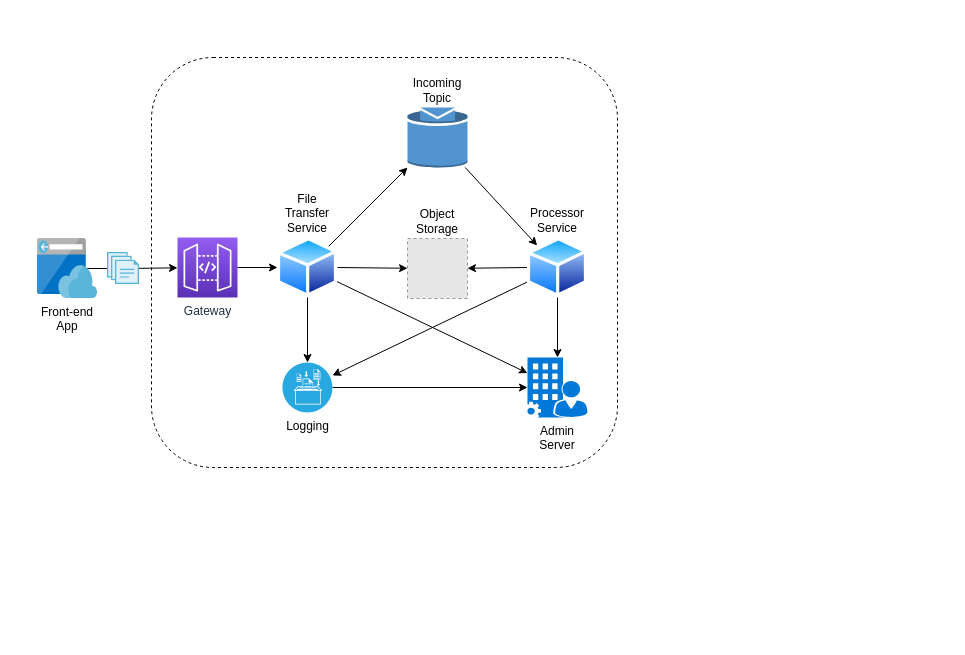
The draw.io diagram docs/filio-architecture.drawio in jonatascbarroso/filio, before the edit. Source tidied: cells renumbered, new cells numbered last; positions are measured from the earlier drawing's top-left corner, leaving out a move shared by most shapes. Both pictures are drawn from the tidied source at 100%, with x=0, y=0 at pixel (37, 57). Pictures stored in the file or linked from it are replaced by grey dashed boxes.
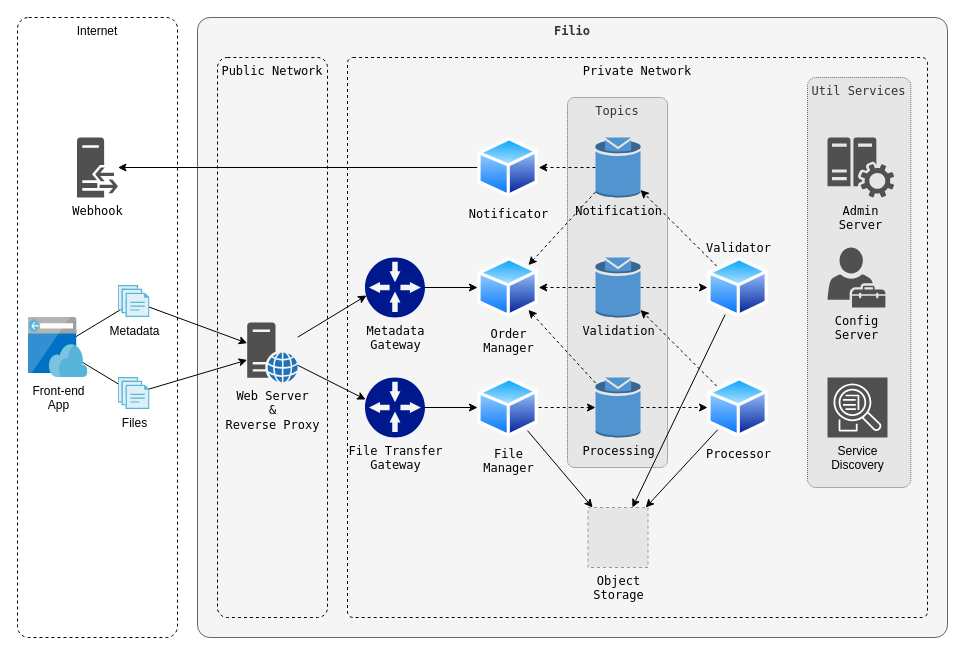
The same diagram, later.

Diff of the diagram source:
```diff
@@
-    <mxCell id="2" style="rounded=1;whiteSpace=wrap;html=1;dashed=1;" parent="1" vertex="1">
-      <mxGeometry x="114" width="466" height="410" as="geometry" />
-    </mxCell>
+    <mxCell id="24" value="Filio" style="rounded=1;whiteSpace=wrap;html=1;labelBackgroundColor=none;align=center;verticalAlign=top;glass=0;shadow=0;comic=0;fontFamily=Lucida Console;labelPosition=center;verticalLabelPosition=middle;fillColor=#f5f5f5;arcSize=2;strokeColor=#666666;fontColor=#333333;fontStyle=1;" parent="1" vertex="1">
+      <mxGeometry x="160" y="-40" width="750" height="620" as="geometry" />
+    </mxCell>
+    <mxCell id="25" value="Private Network" style="rounded=1;whiteSpace=wrap;html=1;labelBackgroundColor=none;align=center;verticalAlign=top;dashed=1;glass=0;shadow=0;comic=0;fontFamily=Lucida Console;labelPosition=center;verticalLabelPosition=middle;fillColor=none;arcSize=1;" parent="1" vertex="1">
+      <mxGeometry x="310" width="580" height="560" as="geometry" />
+    </mxCell>
+    <mxCell id="26" value="Util Services" style="rounded=1;whiteSpace=wrap;html=1;labelBackgroundColor=none;align=center;verticalAlign=top;dashed=1;glass=0;shadow=0;comic=0;fontFamily=Lucida Console;labelPosition=center;verticalLabelPosition=middle;fillColor=#E6E6E6;arcSize=8;dashPattern=1 1;strokeColor=#666666;fontColor=#333333;" parent="1" vertex="1">
+      <mxGeometry x="770" y="20" width="103.3" height="410" as="geometry" />
+    </mxCell>
+    <mxCell id="27" value="Topics" style="rounded=1;whiteSpace=wrap;html=1;labelBackgroundColor=none;align=center;verticalAlign=top;dashed=1;glass=0;shadow=0;comic=0;fontFamily=Lucida Console;labelPosition=center;verticalLabelPosition=middle;fillColor=#E6E6E6;arcSize=7;dashPattern=1 1;strokeColor=#666666;fontColor=#333333;" parent="1" vertex="1">
+      <mxGeometry x="530" y="40" width="100" height="370" as="geometry" />
+    </mxCell>
+    <mxCell id="28" value="Public Network" style="rounded=1;whiteSpace=wrap;html=1;labelBackgroundColor=none;align=center;verticalAlign=top;dashed=1;glass=0;shadow=0;comic=0;fontFamily=Lucida Console;labelPosition=center;verticalLabelPosition=middle;fillColor=none;arcSize=9;" parent="1" vertex="1">
+      <mxGeometry x="180" width="110" height="560" as="geometry" />
+    </mxCell>
+    <mxCell id="29" value="&lt;div&gt;&lt;font face=&quot;Helvetica&quot;&gt;Internet&lt;/font&gt;&lt;/div&gt;" style="rounded=1;whiteSpace=wrap;html=1;labelBackgroundColor=none;align=center;verticalAlign=top;dashed=1;glass=0;shadow=0;comic=0;fontFamily=Lucida Console;labelPosition=center;verticalLabelPosition=middle;arcSize=7;" parent="1" vertex="1">
+      <mxGeometry x="-20" y="-40" width="160" height="620" as="geometry" />
+    </mxCell>
@@
+    <mxCell id="30" style="rounded=0;jettySize=auto;html=1;" parent="1" edge="1" source="4" target="32">
+      <mxGeometry relative="1" as="geometry" />
+    </mxCell>
-    <mxCell id="4" value="Front-end App" style="html=1;perimeter=none;align=center;shadow=0;dashed=0;image;fontSize=12;image=img/lib/mscae/App_Service_Frontend.svg;whiteSpace=wrap;" parent="1" vertex="1">
-      <mxGeometry y="181" width="60" height="60" as="geometry" />
+    <mxCell id="4" value="&lt;div&gt;Front-end&lt;/div&gt;&lt;div&gt;App&lt;/div&gt;" style="html=1;perimeter=none;align=center;shadow=0;dashed=0;image;fontSize=12;image=img/lib/mscae/App_Service_Frontend.svg;labelBackgroundColor=none;" parent="1" vertex="1">
+      <mxGeometry x="-9.5" y="260" width="60" height="60" as="geometry" />
     </mxCell>
-    <mxCell id="5" style="rounded=0;jettySize=auto;html=1;" parent="1" edge="1" source="6" target="8">
+    <mxCell id="5" style="rounded=0;jettySize=auto;html=1;" parent="1" edge="1" source="6" target="62">
       <mxGeometry relative="1" as="geometry" />
     </mxCell>
-    <mxCell id="6" style="html=1;perimeter=none;align=center;shadow=0;dashed=0;image;fontSize=12;image=img/lib/mscae/Files.svg;" parent="1" vertex="1">
-      <mxGeometry x="70" y="195" width="32" height="32" as="geometry" />
+    <mxCell id="6" value="&lt;div&gt;Files&lt;/div&gt;" style="html=1;perimeter=none;align=center;shadow=0;dashed=0;image;fontSize=12;image=img/lib/mscae/Files.svg;labelBackgroundColor=none;" parent="1" vertex="1">
+      <mxGeometry x="80.5" y="320" width="32" height="32" as="geometry" />
     </mxCell>
-    <mxCell id="7" style="rounded=0;jettySize=auto;html=1;" parent="1" edge="1" source="8" target="14">
-      <mxGeometry relative="1" as="geometry" />
-    </mxCell>
-    <mxCell id="8" value="Gateway" style="outlineConnect=0;fontColor=#232F3E;gradientColor=#945DF2;gradientDirection=north;fillColor=#5A30B5;strokeColor=#ffffff;dashed=0;verticalLabelPosition=bottom;verticalAlign=top;align=center;html=1;fontSize=12;fontStyle=0;shape=mxgraph.aws4.resourceIcon;resIcon=mxgraph.aws4.api_gateway;" parent="1" vertex="1">
-      <mxGeometry x="140" y="180" width="60" height="60" as="geometry" />
-    </mxCell>
-    <mxCell id="9" style="edgeStyle=none;rounded=0;jettySize=auto;html=1;" parent="1" edge="1" source="14" target="15">
-      <mxGeometry relative="1" as="geometry" />
-    </mxCell>
-    <mxCell id="10" style="edgeStyle=none;rounded=0;jettySize=auto;html=1;" parent="1" edge="1" source="14" target="21">
-      <mxGeometry relative="1" as="geometry" />
-    </mxCell>
-    <mxCell id="11" style="edgeStyle=none;rounded=0;jettySize=auto;html=1;" parent="1" edge="1" source="23" target="22">
-      <mxGeometry relative="1" as="geometry" />
-    </mxCell>
-    <mxCell id="12" style="edgeStyle=none;rounded=0;jettySize=auto;html=1;" parent="1" edge="1" source="14" target="22">
-      <mxGeometry relative="1" as="geometry" />
-    </mxCell>
-    <mxCell id="13" style="edgeStyle=none;rounded=0;jettySize=auto;html=1;" parent="1" edge="1" source="14" target="23">
-      <mxGeometry relative="1" as="geometry" />
-    </mxCell>
-    <mxCell id="14" value="File Transfer Service" style="perimeter=ellipsePerimeter;html=1;align=center;shadow=0;dashed=0;spacingTop=3;image;image=img/lib/active_directory/generic_node.svg;labelPosition=center;verticalLabelPosition=top;verticalAlign=bottom;whiteSpace=wrap;" parent="1" vertex="1">
-      <mxGeometry x="240" y="180" width="60" height="60" as="geometry" />
-    </mxCell>
+    <mxCell id="31" style="edgeStyle=none;rounded=0;jettySize=auto;html=1;" parent="1" edge="1" source="32" target="62">
+      <mxGeometry relative="1" as="geometry" />
+    </mxCell>
+    <mxCell id="32" value="Metadata" style="html=1;perimeter=none;align=center;shadow=0;dashed=0;image;fontSize=12;image=img/lib/mscae/Files.svg;labelBackgroundColor=none;" parent="1" vertex="1">
+      <mxGeometry x="80.5" y="228" width="32" height="32" as="geometry" />
+    </mxCell>
+    <mxCell id="33" style="edgeStyle=none;rounded=0;jettySize=auto;html=1;fontFamily=Lucida Console;entryX=0.025;entryY=0.633;entryDx=0;entryDy=0;entryPerimeter=0;" parent="1" edge="1" source="62" target="36">
+      <mxGeometry relative="1" as="geometry" />
+    </mxCell>
+    <mxCell id="34" style="edgeStyle=none;rounded=0;jettySize=auto;html=1;fontFamily=Lucida Console;entryX=0.011;entryY=0.367;entryDx=0;entryDy=0;entryPerimeter=0;" parent="1" edge="1" source="62" target="37">
+      <mxGeometry relative="1" as="geometry" />
+    </mxCell>
+    <mxCell id="35" style="edgeStyle=none;rounded=0;jettySize=auto;html=1;labelBackgroundColor=none;fontFamily=Lucida Console;fontColor=#000000;" parent="1" edge="1" source="36" target="45">
+      <mxGeometry relative="1" as="geometry" />
+    </mxCell>
+    <mxCell id="36" value="&lt;div&gt;Metadata&lt;/div&gt;&lt;div&gt;Gateway&lt;/div&gt;" style="shadow=0;dashed=0;html=1;strokeColor=none;labelPosition=center;verticalLabelPosition=bottom;verticalAlign=top;align=center;fillColor=#00188D;shape=mxgraph.mscae.enterprise.gateway;glass=0;comic=0;labelBackgroundColor=none;fontFamily=Lucida Console;" parent="1" vertex="1">
+      <mxGeometry x="327.5" y="200" width="60" height="60" as="geometry" />
+    </mxCell>
+    <mxCell id="37" value="&lt;div&gt;File Transfer&lt;/div&gt;&lt;div&gt;Gateway&lt;br&gt;&lt;/div&gt;" style="shadow=0;dashed=0;html=1;strokeColor=none;labelPosition=center;verticalLabelPosition=bottom;verticalAlign=top;align=center;fillColor=#00188D;shape=mxgraph.mscae.enterprise.gateway;glass=0;comic=0;labelBackgroundColor=none;fontFamily=Lucida Console;" parent="1" vertex="1">
+      <mxGeometry x="327.5" y="320" width="60" height="60" as="geometry" />
+    </mxCell>
+    <mxCell id="38" style="edgeStyle=none;rounded=0;jettySize=auto;html=1;fontFamily=Lucida Console;" parent="1" edge="1" source="37" target="46">
+      <mxGeometry relative="1" as="geometry" />
+    </mxCell>
-    <mxCell id="15" value="Object Storage" style="fillColor=#E6E6E6;strokeColor=#999999;dashed=1;html=1;verticalAlign=bottom;verticalLabelPosition=top;labelBackgroundColor=#ffffff;whiteSpace=wrap;labelPosition=center;align=center;" parent="1" vertex="1">
-      <mxGeometry x="370" y="181" width="60" height="60" as="geometry" />
+    <mxCell id="15" value="&lt;div&gt;Object&lt;/div&gt;&lt;div&gt;Storage&lt;/div&gt;" style="fillColor=#E6E6E6;strokeColor=#999999;dashed=1;html=1;verticalAlign=top;verticalLabelPosition=bottom;labelBackgroundColor=none;fontFamily=Lucida Console;fontColor=#000000;align=center;" parent="1" vertex="1">
+      <mxGeometry x="550.5" y="450" width="60" height="60" as="geometry" />
     </mxCell>
-    <mxCell id="16" style="edgeStyle=none;rounded=0;jettySize=auto;html=1;" parent="1" edge="1" source="19" target="15">
-      <mxGeometry relative="1" as="geometry" />
-    </mxCell>
-    <mxCell id="17" style="edgeStyle=none;rounded=0;jettySize=auto;html=1;" parent="1" edge="1" source="19" target="23">
-      <mxGeometry relative="1" as="geometry" />
-    </mxCell>
-    <mxCell id="18" style="edgeStyle=none;rounded=0;jettySize=auto;html=1;" parent="1" edge="1" source="19" target="22">
-      <mxGeometry relative="1" as="geometry" />
-    </mxCell>
-    <mxCell id="19" value="Processor Service" style="perimeter=ellipsePerimeter;html=1;align=center;shadow=0;dashed=0;spacingTop=3;image;image=img/lib/active_directory/generic_node.svg;labelPosition=center;verticalLabelPosition=top;verticalAlign=bottom;whiteSpace=wrap;" parent="1" vertex="1">
-      <mxGeometry x="490" y="180" width="60" height="60" as="geometry" />
-    </mxCell>
-    <mxCell id="20" style="edgeStyle=none;rounded=0;jettySize=auto;html=1;" parent="1" edge="1" source="21" target="19">
-      <mxGeometry relative="1" as="geometry" />
-    </mxCell>
-    <mxCell id="21" value="Incoming Topic" style="outlineConnect=0;dashed=0;verticalLabelPosition=top;verticalAlign=bottom;align=center;html=1;shape=mxgraph.aws3.topic;fillColor=#5294CF;gradientColor=none;whiteSpace=wrap;labelPosition=center;" parent="1" vertex="1">
-      <mxGeometry x="370" y="50" width="60" height="60" as="geometry" />
-    </mxCell>
+    <mxCell id="39" style="edgeStyle=none;rounded=0;jettySize=auto;html=1;labelBackgroundColor=none;fontFamily=Lucida Console;fontColor=#000000;dashed=1;" parent="1" edge="1" source="46" target="42">
+      <mxGeometry relative="1" as="geometry" />
+    </mxCell>
+    <mxCell id="40" style="edgeStyle=none;rounded=0;jettySize=auto;html=1;dashed=1;labelBackgroundColor=none;fontFamily=Lucida Console;fontColor=#000000;" parent="1" edge="1" source="42" target="48">
+      <mxGeometry relative="1" as="geometry" />
+    </mxCell>
+    <mxCell id="41" style="rounded=0;jettySize=auto;html=1;dashed=1;labelBackgroundColor=none;fontFamily=Lucida Console;fontColor=#000000;" parent="1" edge="1" source="42" target="45">
+      <mxGeometry relative="1" as="geometry" />
+    </mxCell>
+    <mxCell id="42" value="&lt;div&gt;Processing&lt;/div&gt;" style="outlineConnect=0;dashed=0;verticalLabelPosition=bottom;verticalAlign=top;align=center;html=1;shape=mxgraph.aws3.topic;fillColor=#5294CF;gradientColor=none;shadow=0;glass=0;comic=0;labelBackgroundColor=none;strokeColor=#000000;fontFamily=Lucida Console;fontColor=#000000;labelPosition=center;" parent="1" vertex="1">
+      <mxGeometry x="558" y="320" width="45" height="60" as="geometry" />
+    </mxCell>
+    <mxCell id="43" style="edgeStyle=none;rounded=0;jettySize=auto;html=1;labelBackgroundColor=none;fontFamily=Lucida Console;fontColor=#000000;" parent="1" edge="1" source="46" target="15">
+      <mxGeometry relative="1" as="geometry" />
+    </mxCell>
+    <mxCell id="44" style="edgeStyle=none;rounded=0;jettySize=auto;html=1;labelBackgroundColor=none;fontFamily=Lucida Console;fontColor=#000000;" parent="1" edge="1" source="48" target="15">
+      <mxGeometry relative="1" as="geometry" />
+    </mxCell>
+    <mxCell id="45" value="&lt;div&gt;Order&lt;/div&gt;&lt;div&gt;Manager&lt;/div&gt;" style="perimeter=ellipsePerimeter;html=1;align=center;shadow=0;dashed=0;spacingTop=3;image;image=img/lib/active_directory/generic_node.svg;glass=0;comic=0;labelBackgroundColor=none;strokeColor=#000000;fillColor=none;gradientColor=none;fontFamily=Lucida Console;fontColor=#000000;labelPosition=center;verticalLabelPosition=bottom;verticalAlign=top;" parent="1" vertex="1">
+      <mxGeometry x="440" y="200" width="61.2" height="60" as="geometry" />
+    </mxCell>
+    <mxCell id="46" value="File&lt;div&gt;Manager&lt;/div&gt;" style="perimeter=ellipsePerimeter;html=1;align=center;shadow=0;dashed=0;spacingTop=3;image;image=img/lib/active_directory/generic_node.svg;glass=0;comic=0;labelBackgroundColor=none;strokeColor=#000000;fillColor=none;gradientColor=none;fontFamily=Lucida Console;fontColor=#000000;" parent="1" vertex="1">
+      <mxGeometry x="440" y="320" width="61.2" height="60" as="geometry" />
+    </mxCell>
+    <mxCell id="47" style="edgeStyle=none;rounded=0;jettySize=auto;html=1;dashed=1;labelBackgroundColor=none;fontFamily=Lucida Console;fontColor=#000000;" parent="1" edge="1" source="48" target="51">
+      <mxGeometry relative="1" as="geometry" />
+    </mxCell>
+    <mxCell id="48" value="&lt;div&gt;Processor&lt;/div&gt;" style="perimeter=ellipsePerimeter;html=1;align=center;shadow=0;dashed=0;spacingTop=3;image;image=img/lib/active_directory/generic_node.svg;glass=0;comic=0;labelBackgroundColor=none;strokeColor=#000000;fillColor=none;gradientColor=none;fontFamily=Lucida Console;fontColor=#000000;labelPosition=center;verticalLabelPosition=bottom;verticalAlign=top;" parent="1" vertex="1">
+      <mxGeometry x="670" y="320" width="61.2" height="60" as="geometry" />
+    </mxCell>
+    <mxCell id="49" style="edgeStyle=none;rounded=0;jettySize=auto;html=1;dashed=1;labelBackgroundColor=none;fontFamily=Lucida Console;fontColor=#000000;" parent="1" edge="1" source="51" target="54">
+      <mxGeometry relative="1" as="geometry" />
+    </mxCell>
+    <mxCell id="50" style="edgeStyle=none;rounded=0;jettySize=auto;html=1;dashed=1;labelBackgroundColor=none;fontFamily=Lucida Console;fontColor=#000000;" parent="1" edge="1" source="51" target="45">
+      <mxGeometry relative="1" as="geometry" />
+    </mxCell>
+    <mxCell id="51" value="Validation" style="outlineConnect=0;dashed=0;verticalLabelPosition=bottom;verticalAlign=top;align=center;html=1;shape=mxgraph.aws3.topic;fillColor=#5294CF;gradientColor=none;shadow=0;glass=0;comic=0;labelBackgroundColor=none;strokeColor=#000000;fontFamily=Lucida Console;fontColor=#000000;" parent="1" vertex="1">
+      <mxGeometry x="558" y="200" width="45" height="60" as="geometry" />
+    </mxCell>
+    <mxCell id="52" style="edgeStyle=none;rounded=0;jettySize=auto;html=1;labelBackgroundColor=none;fontFamily=Lucida Console;fontColor=#000000;" parent="1" edge="1" source="54" target="15">
+      <mxGeometry relative="1" as="geometry" />
+    </mxCell>
+    <mxCell id="53" style="edgeStyle=none;rounded=0;jettySize=auto;html=1;labelBackgroundColor=none;fontFamily=Lucida Console;fontColor=#000000;dashed=1;" parent="1" edge="1" source="54" target="57">
+      <mxGeometry relative="1" as="geometry" />
+    </mxCell>
+    <mxCell id="54" value="&lt;div&gt;Validator&lt;/div&gt;" style="perimeter=ellipsePerimeter;html=1;align=center;shadow=0;dashed=0;spacingTop=3;image;image=img/lib/active_directory/generic_node.svg;glass=0;comic=0;labelBackgroundColor=none;strokeColor=#000000;fillColor=none;gradientColor=none;fontFamily=Lucida Console;fontColor=#000000;labelPosition=center;verticalLabelPosition=top;verticalAlign=bottom;" parent="1" vertex="1">
+      <mxGeometry x="670" y="200" width="61.2" height="60" as="geometry" />
+    </mxCell>
+    <mxCell id="55" style="edgeStyle=none;rounded=0;jettySize=auto;html=1;dashed=1;labelBackgroundColor=none;fontFamily=Lucida Console;fontColor=#000000;" parent="1" edge="1" source="57" target="59">
+      <mxGeometry relative="1" as="geometry" />
+    </mxCell>
+    <mxCell id="56" style="edgeStyle=none;rounded=0;jettySize=auto;html=1;dashed=1;labelBackgroundColor=none;fontFamily=Lucida Console;fontColor=#000000;" parent="1" edge="1" source="57" target="45">
+      <mxGeometry relative="1" as="geometry" />
+    </mxCell>
+    <mxCell id="57" value="&lt;div&gt;Notification&lt;/div&gt;" style="outlineConnect=0;dashed=0;verticalLabelPosition=bottom;verticalAlign=top;align=center;html=1;shape=mxgraph.aws3.topic;fillColor=#5294CF;gradientColor=none;shadow=0;glass=0;comic=0;labelBackgroundColor=none;strokeColor=#000000;fontFamily=Lucida Console;fontColor=#000000;labelPosition=center;" parent="1" vertex="1">
+      <mxGeometry x="558" y="80" width="45" height="60" as="geometry" />
+    </mxCell>
+    <mxCell id="58" style="edgeStyle=none;rounded=0;jettySize=auto;html=1;labelBackgroundColor=none;fontFamily=Lucida Console;fontColor=#000000;" parent="1" edge="1" source="59" target="63">
+      <mxGeometry relative="1" as="geometry" />
+    </mxCell>
+    <mxCell id="59" value="&lt;div&gt;Notificator&lt;/div&gt;" style="perimeter=ellipsePerimeter;html=1;align=center;shadow=0;dashed=0;spacingTop=3;image;image=img/lib/active_directory/generic_node.svg;glass=0;comic=0;labelBackgroundColor=none;strokeColor=#000000;fillColor=none;gradientColor=none;fontFamily=Lucida Console;fontColor=#000000;labelPosition=center;verticalLabelPosition=bottom;verticalAlign=top;" parent="1" vertex="1">
+      <mxGeometry x="440" y="80" width="61.2" height="60" as="geometry" />
+    </mxCell>
-    <mxCell id="22" value="Admin Server" style="shadow=0;dashed=0;html=1;strokeColor=none;labelPosition=center;verticalLabelPosition=bottom;verticalAlign=top;align=center;shape=mxgraph.mscae.opsmanager.configuration_manager;fillColor=#0078D7;whiteSpace=wrap;" parent="1" vertex="1">
-      <mxGeometry x="490" y="300" width="60" height="60" as="geometry" />
+    <mxCell id="22" value="&lt;div&gt;Admin&lt;/div&gt;&lt;div&gt;Server&lt;br&gt;&lt;/div&gt;" style="shadow=0;dashed=0;html=1;strokeColor=none;labelPosition=center;verticalLabelPosition=bottom;verticalAlign=top;align=center;fillColor=#505050;shape=mxgraph.mscae.oms.config_assessment;glass=0;dashPattern=1 1;comic=0;labelBackgroundColor=none;fontFamily=Lucida Console;fontColor=#000000;" parent="1" vertex="1">
+      <mxGeometry x="790" y="80" width="66.7" height="60" as="geometry" />
     </mxCell>
-    <mxCell id="23" value="Logging" style="verticalLabelPosition=bottom;html=1;fillColor=#28A8E0;verticalAlign=top;points=[[0.145,0.145,0],[0.8555,0.145,0],[0.855,0.855,0],[0.145,0.855,0],[0.5,0,0], [1,0.5,0], [0.5,1,0],[0,0.5,0]];align=center;shape=mxgraph.cisco_safe.capability.logging_reporting;labelPosition=center;" parent="1" vertex="1">
-      <mxGeometry x="245" y="305" width="50" height="50" as="geometry" />
-    </mxCell>
+    <mxCell id="60" value="&lt;div&gt;Config&lt;/div&gt;&lt;div&gt;Server&lt;/div&gt;" style="shadow=0;dashed=0;html=1;strokeColor=none;fillColor=#505050;labelPosition=center;verticalLabelPosition=bottom;verticalAlign=top;align=center;shape=mxgraph.office.users.tenant_admin;glass=0;dashPattern=1 1;comic=0;labelBackgroundColor=none;fontFamily=Lucida Console;fontColor=#000000;" parent="1" vertex="1">
+      <mxGeometry x="790" y="190" width="57.9" height="60" as="geometry" />
+    </mxCell>
+    <mxCell id="61" value="&lt;div&gt;Service&lt;/div&gt;&lt;div&gt;Discovery&lt;br&gt;&lt;/div&gt;" style="fontColor=#000000;gradientColor=none;gradientDirection=north;fillColor=#505050;strokeColor=#ffffff;dashed=0;verticalLabelPosition=bottom;verticalAlign=top;align=center;html=1;fontSize=12;fontStyle=0;shape=mxgraph.aws4.resourceIcon;resIcon=mxgraph.aws4.application_discovery_service;shadow=0;glass=0;dashPattern=1 1;comic=0;labelBackgroundColor=none;" parent="1" vertex="1">
+      <mxGeometry x="790" y="320" width="60" height="60" as="geometry" />
+    </mxCell>
+    <mxCell id="62" value="&lt;div&gt;Web Server&lt;/div&gt;&lt;div&gt;&amp;amp;&lt;/div&gt;&lt;div&gt;Reverse Proxy&lt;/div&gt;" style="shadow=0;dashed=0;html=1;strokeColor=none;fillColor=#505050;labelPosition=center;verticalLabelPosition=bottom;verticalAlign=top;outlineConnect=0;align=center;shape=mxgraph.office.servers.web_server_blue;glass=0;dashPattern=1 1;comic=0;labelBackgroundColor=none;fontFamily=Lucida Console;fontColor=#000000;" parent="1" vertex="1">
+      <mxGeometry x="209.7" y="265" width="50.5" height="60" as="geometry" />
+    </mxCell>
+    <mxCell id="63" value="&lt;div&gt;Webhook&lt;/div&gt;" style="shadow=0;dashed=0;html=1;strokeColor=none;fillColor=#505050;labelPosition=center;verticalLabelPosition=bottom;verticalAlign=top;outlineConnect=0;align=center;shape=mxgraph.office.servers.reverse_proxy;glass=0;dashPattern=1 1;comic=0;labelBackgroundColor=none;fontFamily=Lucida Console;fontColor=#000000;" parent="1" vertex="1">
+      <mxGeometry x="39.5" y="80" width="41" height="60" as="geometry" />
+    </mxCell>
```
